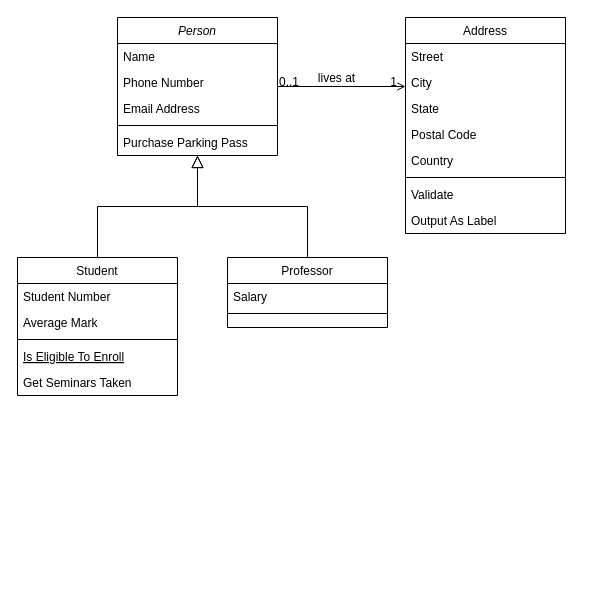
This is Диаграмма без названия.drawio from Prost444/mirea-pmi-2d-year, a draw.io file, before an edit. Source tidied: cells renumbered, new cells numbered last; positions are measured from the earlier drawing's top-left corner, leaving out a move shared by most shapes. Both pictures are drawn from the tidied source at 100%, with x=0, y=0 at pixel (17, 17).
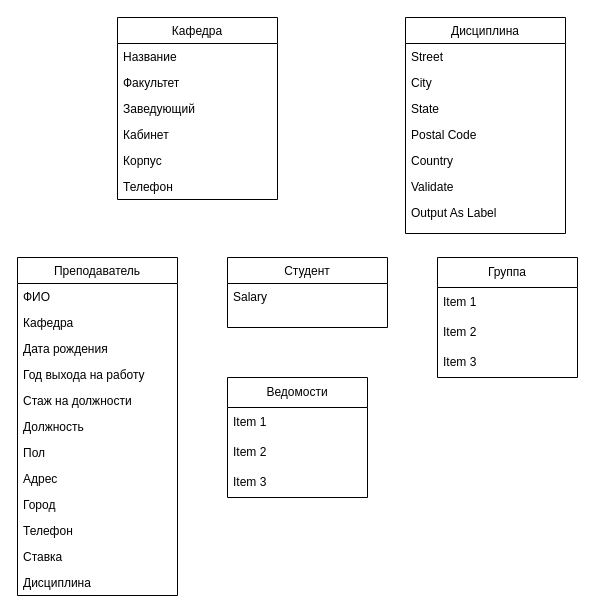
The same diagram, later.

What changed in the source:
```diff
@@
-    <mxCell id="2" value="Person" style="swimlane;fontStyle=2;align=center;verticalAlign=top;horizontal=1;startSize=26;rounded=0;shadow=0;strokeWidth=1;" parent="1" vertex="1">
-      <mxGeometry x="100" width="160" height="138" as="geometry" />
+    <mxCell id="2" value="Кафедра" style="swimlane;fontStyle=0;align=center;verticalAlign=top;horizontal=1;startSize=26;rounded=0;shadow=0;strokeWidth=1;fontFamily=Helvetica;" parent="1" vertex="1">
+      <mxGeometry x="100" width="160" height="182" as="geometry" />
     </mxCell>
-    <mxCell id="3" value="Name" style="text;align=left;verticalAlign=top;spacingLeft=4;spacingRight=4;overflow=hidden;" parent="2" vertex="1">
+    <mxCell id="3" value="Название" style="text;align=left;verticalAlign=top;spacingLeft=4;spacingRight=4;overflow=hidden;fontFamily=Helvetica;" parent="2" vertex="1">
       <mxGeometry y="26" width="160" height="26" as="geometry" />
     </mxCell>
-    <mxCell id="4" value="Phone Number" style="text;align=left;verticalAlign=top;spacingLeft=4;spacingRight=4;overflow=hidden;rounded=0;shadow=0;html=0;" parent="2" vertex="1">
+    <mxCell id="4" value="Факультет" style="text;align=left;verticalAlign=top;spacingLeft=4;spacingRight=4;overflow=hidden;rounded=0;shadow=0;html=0;fontFamily=Helvetica;" parent="2" vertex="1">
       <mxGeometry y="52" width="160" height="26" as="geometry" />
     </mxCell>
-    <mxCell id="5" value="Email Address" style="text;align=left;verticalAlign=top;spacingLeft=4;spacingRight=4;overflow=hidden;rounded=0;shadow=0;html=0;" parent="2" vertex="1">
+    <mxCell id="5" value="Заведующий" style="text;align=left;verticalAlign=top;spacingLeft=4;spacingRight=4;overflow=hidden;rounded=0;shadow=0;html=0;fontFamily=Helvetica;" parent="2" vertex="1">
       <mxGeometry y="78" width="160" height="26" as="geometry" />
     </mxCell>
-    <mxCell id="6" style="line;html=1;strokeWidth=1;align=left;verticalAlign=middle;spacingTop=-1;spacingLeft=3;spacingRight=3;labelPosition=right;" parent="2" vertex="1">
-      <mxGeometry y="104" width="160" height="8" as="geometry" />
-    </mxCell>
-    <mxCell id="7" value="Purchase Parking Pass" style="text;align=left;verticalAlign=top;spacingLeft=4;spacingRight=4;overflow=hidden;" parent="2" vertex="1">
-      <mxGeometry y="112" width="160" height="26" as="geometry" />
-    </mxCell>
+    <mxCell id="32" value="Кабинет" style="text;align=left;verticalAlign=top;spacingLeft=4;spacingRight=4;overflow=hidden;rounded=0;shadow=0;html=0;fontFamily=Helvetica;" parent="2" vertex="1">
+      <mxGeometry y="104" width="160" height="26" as="geometry" />
+    </mxCell>
+    <mxCell id="33" value="Корпус" style="text;align=left;verticalAlign=top;spacingLeft=4;spacingRight=4;overflow=hidden;rounded=0;shadow=0;html=0;fontFamily=Helvetica;" parent="2" vertex="1">
+      <mxGeometry y="130" width="160" height="26" as="geometry" />
+    </mxCell>
+    <mxCell id="34" value="Телефон" style="text;align=left;verticalAlign=top;spacingLeft=4;spacingRight=4;overflow=hidden;fontFamily=Helvetica;" parent="2" vertex="1">
+      <mxGeometry y="156" width="160" height="26" as="geometry" />
+    </mxCell>
-    <mxCell id="8" value="Student" style="swimlane;fontStyle=0;align=center;verticalAlign=top;horizontal=1;startSize=26;rounded=0;shadow=0;strokeWidth=1;" parent="1" vertex="1">
-      <mxGeometry y="240" width="160" height="138" as="geometry" />
+    <mxCell id="8" value="Преподаватель" style="swimlane;fontStyle=0;align=center;verticalAlign=top;horizontal=1;startSize=26;rounded=0;shadow=0;strokeWidth=1;fontFamily=Helvetica;" parent="1" vertex="1">
+      <mxGeometry y="240" width="160" height="338" as="geometry" />
     </mxCell>
-    <mxCell id="9" value="Student Number" style="text;align=left;verticalAlign=top;spacingLeft=4;spacingRight=4;overflow=hidden;" parent="8" vertex="1">
+    <mxCell id="9" value="ФИО" style="text;align=left;verticalAlign=top;spacingLeft=4;spacingRight=4;overflow=hidden;fontFamily=Helvetica;" parent="8" vertex="1">
       <mxGeometry y="26" width="160" height="26" as="geometry" />
     </mxCell>
-    <mxCell id="10" value="Average Mark" style="text;align=left;verticalAlign=top;spacingLeft=4;spacingRight=4;overflow=hidden;rounded=0;shadow=0;html=0;" parent="8" vertex="1">
+    <mxCell id="10" value="Кафедра" style="text;align=left;verticalAlign=top;spacingLeft=4;spacingRight=4;overflow=hidden;rounded=0;shadow=0;html=0;fontFamily=Helvetica;" parent="8" vertex="1">
       <mxGeometry y="52" width="160" height="26" as="geometry" />
     </mxCell>
-    <mxCell id="11" style="line;html=1;strokeWidth=1;align=left;verticalAlign=middle;spacingTop=-1;spacingLeft=3;spacingRight=3;labelPosition=right;" parent="8" vertex="1">
-      <mxGeometry y="78" width="160" height="8" as="geometry" />
-    </mxCell>
-    <mxCell id="12" value="Is Eligible To Enroll" style="text;align=left;verticalAlign=top;spacingLeft=4;spacingRight=4;overflow=hidden;fontStyle=4;" parent="8" vertex="1">
-      <mxGeometry y="86" width="160" height="26" as="geometry" />
+    <mxCell id="12" value="Дата рождения" style="text;align=left;verticalAlign=top;spacingLeft=4;spacingRight=4;overflow=hidden;fontStyle=0;fontFamily=Helvetica;" parent="8" vertex="1">
+      <mxGeometry y="78" width="160" height="26" as="geometry" />
     </mxCell>
-    <mxCell id="13" value="Get Seminars Taken" style="text;align=left;verticalAlign=top;spacingLeft=4;spacingRight=4;overflow=hidden;" parent="8" vertex="1">
-      <mxGeometry y="112" width="160" height="26" as="geometry" />
+    <mxCell id="13" value="Год выхода на работу" style="text;align=left;verticalAlign=top;spacingLeft=4;spacingRight=4;overflow=hidden;fontFamily=Helvetica;" parent="8" vertex="1">
+      <mxGeometry y="104" width="160" height="26" as="geometry" />
     </mxCell>
-    <mxCell id="14" style="endArrow=block;endSize=10;endFill=0;shadow=0;strokeWidth=1;rounded=0;edgeStyle=elbowEdgeStyle;elbow=vertical;" parent="1" edge="1" source="8" target="2">
-      <mxGeometry relative="1" as="geometry" />
-    </mxCell>
+    <mxCell id="35" value="Стаж на должности" style="text;align=left;verticalAlign=top;spacingLeft=4;spacingRight=4;overflow=hidden;fontFamily=Helvetica;" parent="8" vertex="1">
+      <mxGeometry y="130" width="160" height="26" as="geometry" />
+    </mxCell>
+    <mxCell id="36" value="Должность" style="text;align=left;verticalAlign=top;spacingLeft=4;spacingRight=4;overflow=hidden;fontFamily=Helvetica;" parent="8" vertex="1">
+      <mxGeometry y="156" width="160" height="26" as="geometry" />
+    </mxCell>
+    <mxCell id="37" value="Пол" style="text;align=left;verticalAlign=top;spacingLeft=4;spacingRight=4;overflow=hidden;rounded=0;shadow=0;html=0;fontFamily=Helvetica;" parent="8" vertex="1">
+      <mxGeometry y="182" width="160" height="26" as="geometry" />
+    </mxCell>
+    <mxCell id="38" value="Адрес" style="text;align=left;verticalAlign=top;spacingLeft=4;spacingRight=4;overflow=hidden;fontStyle=0;fontFamily=Helvetica;" parent="8" vertex="1">
+      <mxGeometry y="208" width="160" height="26" as="geometry" />
+    </mxCell>
+    <mxCell id="39" value="Город" style="text;align=left;verticalAlign=top;spacingLeft=4;spacingRight=4;overflow=hidden;fontFamily=Helvetica;" parent="8" vertex="1">
+      <mxGeometry y="234" width="160" height="26" as="geometry" />
+    </mxCell>
+    <mxCell id="40" value="Телефон" style="text;align=left;verticalAlign=top;spacingLeft=4;spacingRight=4;overflow=hidden;rounded=0;shadow=0;html=0;fontFamily=Helvetica;" parent="8" vertex="1">
+      <mxGeometry y="260" width="160" height="26" as="geometry" />
+    </mxCell>
+    <mxCell id="41" value="Ставка" style="text;align=left;verticalAlign=top;spacingLeft=4;spacingRight=4;overflow=hidden;fontStyle=0;fontFamily=Helvetica;" parent="8" vertex="1">
+      <mxGeometry y="286" width="160" height="26" as="geometry" />
+    </mxCell>
+    <mxCell id="42" value="Дисциплина" style="text;align=left;verticalAlign=top;spacingLeft=4;spacingRight=4;overflow=hidden;fontStyle=0;fontFamily=Helvetica;" parent="8" vertex="1">
+      <mxGeometry y="312" width="160" height="26" as="geometry" />
+    </mxCell>
-    <mxCell id="15" value="Professor" style="swimlane;fontStyle=0;align=center;verticalAlign=top;horizontal=1;startSize=26;rounded=0;shadow=0;strokeWidth=1;" parent="1" vertex="1">
+    <mxCell id="15" value="Студент" style="swimlane;fontStyle=0;align=center;verticalAlign=top;horizontal=1;startSize=26;rounded=0;shadow=0;strokeWidth=1;fontFamily=Helvetica;" parent="1" vertex="1">
       <mxGeometry x="210" y="240" width="160" height="70" as="geometry" />
     </mxCell>
-    <mxCell id="16" value="Salary" style="text;align=left;verticalAlign=top;spacingLeft=4;spacingRight=4;overflow=hidden;" parent="15" vertex="1">
+    <mxCell id="16" value="Salary" style="text;align=left;verticalAlign=top;spacingLeft=4;spacingRight=4;overflow=hidden;fontFamily=Helvetica;" parent="15" vertex="1">
       <mxGeometry y="26" width="160" height="26" as="geometry" />
     </mxCell>
-    <mxCell id="17" style="line;html=1;strokeWidth=1;align=left;verticalAlign=middle;spacingTop=-1;spacingLeft=3;spacingRight=3;labelPosition=right;" parent="15" vertex="1">
-      <mxGeometry y="52" width="160" height="8" as="geometry" />
-    </mxCell>
-    <mxCell id="18" style="endArrow=block;endSize=10;endFill=0;shadow=0;strokeWidth=1;rounded=0;edgeStyle=elbowEdgeStyle;elbow=vertical;" parent="1" edge="1" source="15" target="2">
-      <mxGeometry relative="1" as="geometry" />
-    </mxCell>
-    <mxCell id="19" value="Address" style="swimlane;fontStyle=0;align=center;verticalAlign=top;horizontal=1;startSize=26;rounded=0;shadow=0;strokeWidth=1;" parent="1" vertex="1">
+    <mxCell id="19" value="Дисциплина" style="swimlane;fontStyle=0;align=center;verticalAlign=top;horizontal=1;startSize=26;rounded=0;shadow=0;strokeWidth=1;fontFamily=Helvetica;" parent="1" vertex="1">
       <mxGeometry x="388" width="160" height="216" as="geometry" />
     </mxCell>
-    <mxCell id="20" value="Street" style="text;align=left;verticalAlign=top;spacingLeft=4;spacingRight=4;overflow=hidden;" parent="19" vertex="1">
+    <mxCell id="20" value="Street" style="text;align=left;verticalAlign=top;spacingLeft=4;spacingRight=4;overflow=hidden;fontFamily=Helvetica;" parent="19" vertex="1">
       <mxGeometry y="26" width="160" height="26" as="geometry" />
     </mxCell>
-    <mxCell id="21" value="City" style="text;align=left;verticalAlign=top;spacingLeft=4;spacingRight=4;overflow=hidden;rounded=0;shadow=0;html=0;" parent="19" vertex="1">
+    <mxCell id="21" value="City" style="text;align=left;verticalAlign=top;spacingLeft=4;spacingRight=4;overflow=hidden;rounded=0;shadow=0;html=0;fontFamily=Helvetica;" parent="19" vertex="1">
       <mxGeometry y="52" width="160" height="26" as="geometry" />
     </mxCell>
-    <mxCell id="22" value="State" style="text;align=left;verticalAlign=top;spacingLeft=4;spacingRight=4;overflow=hidden;rounded=0;shadow=0;html=0;" parent="19" vertex="1">
+    <mxCell id="22" value="State" style="text;align=left;verticalAlign=top;spacingLeft=4;spacingRight=4;overflow=hidden;rounded=0;shadow=0;html=0;fontFamily=Helvetica;" parent="19" vertex="1">
       <mxGeometry y="78" width="160" height="26" as="geometry" />
     </mxCell>
-    <mxCell id="23" value="Postal Code" style="text;align=left;verticalAlign=top;spacingLeft=4;spacingRight=4;overflow=hidden;rounded=0;shadow=0;html=0;" parent="19" vertex="1">
+    <mxCell id="23" value="Postal Code" style="text;align=left;verticalAlign=top;spacingLeft=4;spacingRight=4;overflow=hidden;rounded=0;shadow=0;html=0;fontFamily=Helvetica;" parent="19" vertex="1">
       <mxGeometry y="104" width="160" height="26" as="geometry" />
     </mxCell>
-    <mxCell id="24" value="Country" style="text;align=left;verticalAlign=top;spacingLeft=4;spacingRight=4;overflow=hidden;rounded=0;shadow=0;html=0;" parent="19" vertex="1">
+    <mxCell id="24" value="Country" style="text;align=left;verticalAlign=top;spacingLeft=4;spacingRight=4;overflow=hidden;rounded=0;shadow=0;html=0;fontFamily=Helvetica;" parent="19" vertex="1">
       <mxGeometry y="130" width="160" height="26" as="geometry" />
     </mxCell>
-    <mxCell id="25" style="line;html=1;strokeWidth=1;align=left;verticalAlign=middle;spacingTop=-1;spacingLeft=3;spacingRight=3;labelPosition=right;" parent="19" vertex="1">
-      <mxGeometry y="156" width="160" height="8" as="geometry" />
-    </mxCell>
-    <mxCell id="26" value="Validate" style="text;align=left;verticalAlign=top;spacingLeft=4;spacingRight=4;overflow=hidden;" parent="19" vertex="1">
-      <mxGeometry y="164" width="160" height="26" as="geometry" />
+    <mxCell id="26" value="Validate" style="text;align=left;verticalAlign=top;spacingLeft=4;spacingRight=4;overflow=hidden;fontFamily=Helvetica;" parent="19" vertex="1">
+      <mxGeometry y="156" width="160" height="26" as="geometry" />
     </mxCell>
-    <mxCell id="27" value="Output As Label" style="text;align=left;verticalAlign=top;spacingLeft=4;spacingRight=4;overflow=hidden;" parent="19" vertex="1">
-      <mxGeometry y="190" width="160" height="26" as="geometry" />
+    <mxCell id="27" value="Output As Label" style="text;align=left;verticalAlign=top;spacingLeft=4;spacingRight=4;overflow=hidden;fontFamily=Helvetica;" parent="19" vertex="1">
+      <mxGeometry y="182" width="160" height="26" as="geometry" />
     </mxCell>
-    <mxCell id="28" style="endArrow=open;shadow=0;strokeWidth=1;rounded=0;endFill=1;edgeStyle=elbowEdgeStyle;elbow=vertical;" parent="1" edge="1" source="2" target="19">
-      <mxGeometry x="0.5" y="41" relative="1" as="geometry">
-        <mxPoint x="-40" y="32" as="offset" />
-      </mxGeometry>
-    </mxCell>
-    <mxCell id="29" value="0..1" style="align=left;verticalAlign=bottom;labelBackgroundColor=none;fontSize=12;" parent="28" vertex="1">
-      <mxGeometry x="-1" relative="1" as="geometry">
-        <mxPoint y="4" as="offset" />
-      </mxGeometry>
-    </mxCell>
-    <mxCell id="30" value="1" style="align=right;verticalAlign=bottom;labelBackgroundColor=none;fontSize=12;" parent="28" vertex="1">
-      <mxGeometry x="1" relative="1" as="geometry">
-        <mxPoint x="-7" y="4" as="offset" />
-      </mxGeometry>
-    </mxCell>
-    <mxCell id="31" value="lives at" style="text;html=1;align=center;verticalAlign=middle;labelBackgroundColor=none;rounded=0;shadow=0;strokeWidth=1;fontSize=12;" parent="28" vertex="1">
-      <mxGeometry x="0.5" y="49" relative="1" as="geometry">
-        <mxPoint x="-38" y="40" as="offset" />
-      </mxGeometry>
-    </mxCell>
+    <mxCell id="43" value="Группа" style="swimlane;fontStyle=0;horizontal=1;startSize=30;whiteSpace=wrap;html=1;fontFamily=Helvetica;" parent="1" vertex="1">
+      <mxGeometry x="420" y="240" width="140" height="120" as="geometry" />
+    </mxCell>
+    <mxCell id="44" value="Item 1" style="text;strokeColor=none;fillColor=none;align=left;verticalAlign=middle;spacingLeft=4;spacingRight=4;overflow=hidden;whiteSpace=wrap;html=1;fontFamily=Helvetica;" parent="43" vertex="1">
+      <mxGeometry y="30" width="140" height="30" as="geometry" />
+    </mxCell>
+    <mxCell id="45" value="Item 2" style="text;strokeColor=none;fillColor=none;align=left;verticalAlign=middle;spacingLeft=4;spacingRight=4;overflow=hidden;whiteSpace=wrap;html=1;fontFamily=Helvetica;" parent="43" vertex="1">
+      <mxGeometry y="60" width="140" height="30" as="geometry" />
+    </mxCell>
+    <mxCell id="46" value="Item 3" style="text;strokeColor=none;fillColor=none;align=left;verticalAlign=middle;spacingLeft=4;spacingRight=4;overflow=hidden;whiteSpace=wrap;html=1;fontFamily=Helvetica;" parent="43" vertex="1">
+      <mxGeometry y="90" width="140" height="30" as="geometry" />
+    </mxCell>
+    <mxCell id="47" value="Ведомости" style="swimlane;fontStyle=0;horizontal=1;startSize=30;whiteSpace=wrap;html=1;fontFamily=Helvetica;" parent="1" vertex="1">
+      <mxGeometry x="210" y="360" width="140" height="120" as="geometry" />
+    </mxCell>
+    <mxCell id="48" value="Item 1" style="text;strokeColor=none;fillColor=none;align=left;verticalAlign=middle;spacingLeft=4;spacingRight=4;overflow=hidden;whiteSpace=wrap;html=1;fontFamily=Helvetica;" parent="47" vertex="1">
+      <mxGeometry y="30" width="140" height="30" as="geometry" />
+    </mxCell>
+    <mxCell id="49" value="Item 2" style="text;strokeColor=none;fillColor=none;align=left;verticalAlign=middle;spacingLeft=4;spacingRight=4;overflow=hidden;whiteSpace=wrap;html=1;fontFamily=Helvetica;" parent="47" vertex="1">
+      <mxGeometry y="60" width="140" height="30" as="geometry" />
+    </mxCell>
+    <mxCell id="50" value="Item 3" style="text;strokeColor=none;fillColor=none;align=left;verticalAlign=middle;spacingLeft=4;spacingRight=4;overflow=hidden;whiteSpace=wrap;html=1;fontFamily=Helvetica;" parent="47" vertex="1">
+      <mxGeometry y="90" width="140" height="30" as="geometry" />
+    </mxCell>
```
